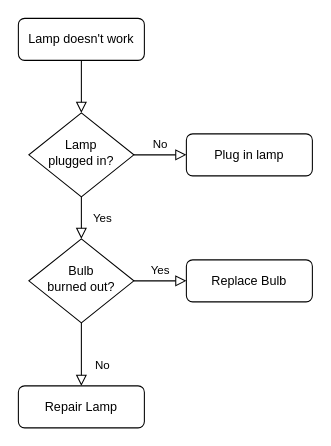
This is planning/Diagram Bussines My World.drawio from IBBlank/Planning, a draw.io file, before an edit. Source tidied: cells renumbered, new cells numbered last; positions are measured from the earlier drawing's top-left corner, leaving out a move shared by most shapes. Both pictures are drawn from the tidied source at 105%, with x=0, y=0 at pixel (18, 18).
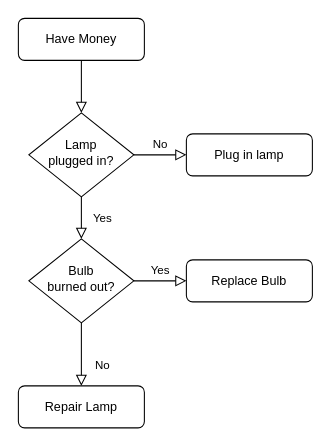
After the change.

Commit message:
Update Diagram Bussines My World

Change to the diagram source:
```diff
@@
 <mxGraphModel>
   <root>
     <mxCell id="0" />
     <mxCell id="1" parent="0" />
     <mxCell id="2" style="rounded=0;html=1;jettySize=auto;fontSize=11;endArrow=block;endFill=0;endSize=8;strokeWidth=1;shadow=0;labelBackgroundColor=none;edgeStyle=orthogonalEdgeStyle;" parent="1" edge="1" source="3" target="6">
       <mxGeometry relative="1" as="geometry" />
     </mxCell>
-    <mxCell id="3" value="Lamp doesn't work" style="rounded=1;whiteSpace=wrap;html=1;fontSize=12;glass=0;strokeWidth=1;shadow=0;" parent="1" vertex="1">
+    <mxCell id="3" value="Have Money" style="rounded=1;whiteSpace=wrap;html=1;fontSize=12;glass=0;strokeWidth=1;shadow=0;" parent="1" vertex="1">
       <mxGeometry width="120" height="40" as="geometry" />
     </mxCell>
     <mxCell id="4" value="Yes" style="rounded=0;html=1;jettySize=auto;fontSize=11;endArrow=block;endFill=0;endSize=8;strokeWidth=1;shadow=0;labelBackgroundColor=none;edgeStyle=orthogonalEdgeStyle;" parent="1" edge="1" source="6" target="10">
       <mxGeometry y="20" relative="1" as="geometry" />
     </mxCell>
     <mxCell id="5" value="No" style="edgeStyle=orthogonalEdgeStyle;rounded=0;html=1;jettySize=auto;fontSize=11;endArrow=block;endFill=0;endSize=8;strokeWidth=1;shadow=0;labelBackgroundColor=none;" parent="1" edge="1" source="6" target="7">
       <mxGeometry y="10" relative="1" as="geometry" />
     </mxCell>
     <mxCell id="6" value="Lamp&lt;br&gt;plugged in?" style="rhombus;whiteSpace=wrap;html=1;shadow=0;fontFamily=Helvetica;fontSize=12;align=center;strokeWidth=1;spacing=6;spacingTop=-4;" parent="1" vertex="1">
       <mxGeometry x="10" y="90" width="100" height="80" as="geometry" />
     </mxCell>
     <mxCell id="7" value="Plug in lamp" style="rounded=1;whiteSpace=wrap;html=1;fontSize=12;glass=0;strokeWidth=1;shadow=0;" parent="1" vertex="1">
       <mxGeometry x="160" y="110" width="120" height="40" as="geometry" />
     </mxCell>
     <mxCell id="8" value="No" style="rounded=0;html=1;jettySize=auto;fontSize=11;endArrow=block;endFill=0;endSize=8;strokeWidth=1;shadow=0;labelBackgroundColor=none;edgeStyle=orthogonalEdgeStyle;" parent="1" edge="1" source="10" target="11">
       <mxGeometry x="0.33" y="20" relative="1" as="geometry" />
     </mxCell>
     <mxCell id="9" value="Yes" style="edgeStyle=orthogonalEdgeStyle;rounded=0;html=1;jettySize=auto;fontSize=11;endArrow=block;endFill=0;endSize=8;strokeWidth=1;shadow=0;labelBackgroundColor=none;" parent="1" edge="1" source="10" target="12">
       <mxGeometry y="10" relative="1" as="geometry" />
     </mxCell>
     <mxCell id="10" value="Bulb&lt;br&gt;burned out?" style="rhombus;whiteSpace=wrap;html=1;shadow=0;fontFamily=Helvetica;fontSize=12;align=center;strokeWidth=1;spacing=6;spacingTop=-4;" parent="1" vertex="1">
       <mxGeometry x="10" y="210" width="100" height="80" as="geometry" />
     </mxCell>
     <mxCell id="11" value="Repair Lamp" style="rounded=1;whiteSpace=wrap;html=1;fontSize=12;glass=0;strokeWidth=1;shadow=0;" parent="1" vertex="1">
       <mxGeometry y="350" width="120" height="40" as="geometry" />
     </mxCell>
     <mxCell id="12" value="Replace Bulb" style="rounded=1;whiteSpace=wrap;html=1;fontSize=12;glass=0;strokeWidth=1;shadow=0;" parent="1" vertex="1">
       <mxGeometry x="160" y="230" width="120" height="40" as="geometry" />
     </mxCell>
   </root>
 </mxGraphModel>
```
